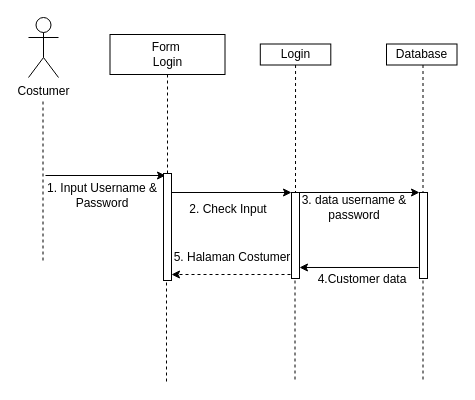
Earlier version of the draw.io diagram page "Sequence Staf Login" (3 of 14) of draw.io/Proyek-3.drawio (Tugas-Proyek-Polindra/proyek-3). Source tidied: cells renumbered, new cells numbered last; positions are measured from the earlier drawing's top-left corner, leaving out a move shared by most shapes. Both pictures are drawn from the tidied source at 100%, with x=0, y=0 at pixel (28, 17).
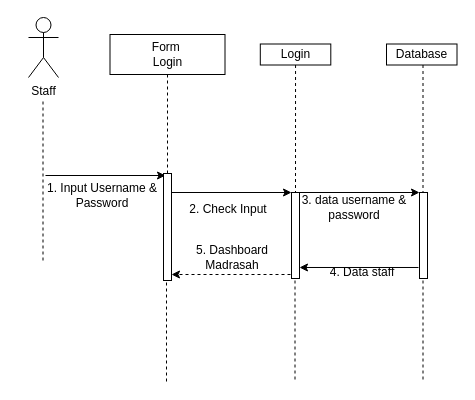
The same diagram, later.

The edit, as a diff of the source:
```diff
@@
-    <mxCell id="2" value="Costumer" style="shape=umlActor;verticalLabelPosition=bottom;verticalAlign=top;html=1;" parent="1" vertex="1">
+    <mxCell id="2" value="Staff" style="shape=umlActor;verticalLabelPosition=bottom;verticalAlign=top;html=1;" parent="1" vertex="1">
       <mxGeometry width="30" height="60" as="geometry" />
     </mxCell>
@@
-    <mxCell id="16" value="5. Halaman Costumer" style="text;html=1;strokeColor=none;fillColor=none;align=center;verticalAlign=middle;whiteSpace=wrap;rounded=0;" parent="1" vertex="1">
+    <mxCell id="16" value="5. Dashboard Madrasah" style="text;html=1;strokeColor=none;fillColor=none;align=center;verticalAlign=middle;whiteSpace=wrap;rounded=0;" parent="1" vertex="1">
       <mxGeometry x="139" y="230" width="130" height="20" as="geometry" />
     </mxCell>
@@
-    <mxCell id="25" value="4.Customer data" style="text;html=1;strokeColor=none;fillColor=none;align=center;verticalAlign=middle;whiteSpace=wrap;rounded=0;" parent="1" vertex="1">
+    <mxCell id="25" value="&lt;div&gt;4. Data staff&lt;/div&gt;&lt;div&gt;&lt;br&gt;&lt;/div&gt;" style="text;html=1;strokeColor=none;fillColor=none;align=center;verticalAlign=middle;whiteSpace=wrap;rounded=0;" parent="1" vertex="1">
       <mxGeometry x="269" y="252" width="130" height="20" as="geometry" />
     </mxCell>
```
